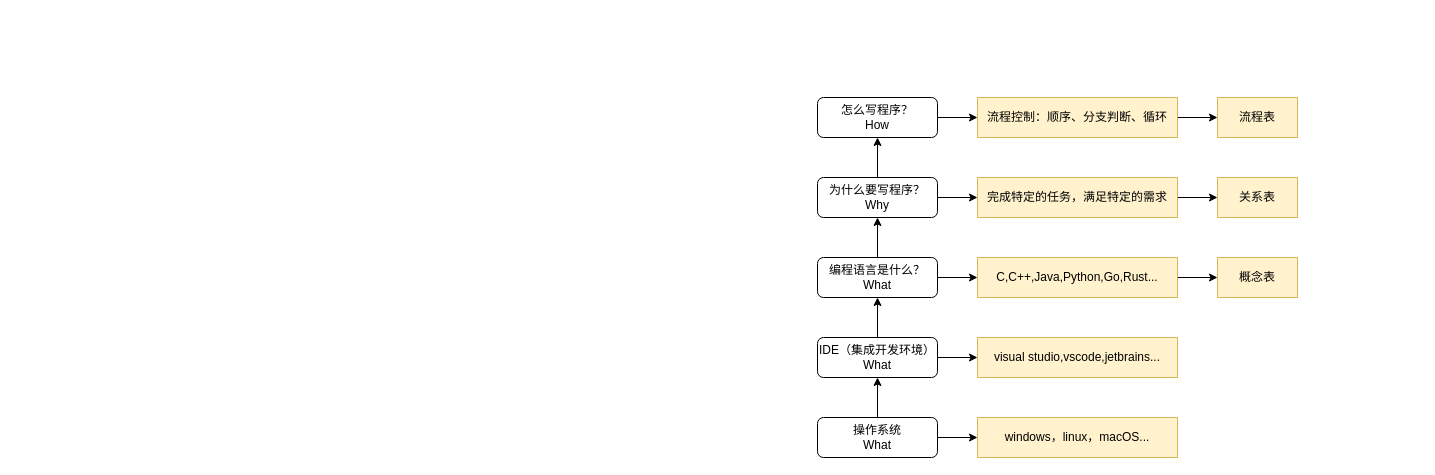
The draw.io diagram 计算新手入门.drawio in yanhanfrontend/draw.io.workspace, before the edit. Source tidied: cells renumbered, new cells numbered last; positions are measured from the earlier drawing's top-left corner, leaving out a move shared by most shapes. Both pictures are drawn from the tidied source at 100%, with x=0, y=0 at pixel (817, 97).
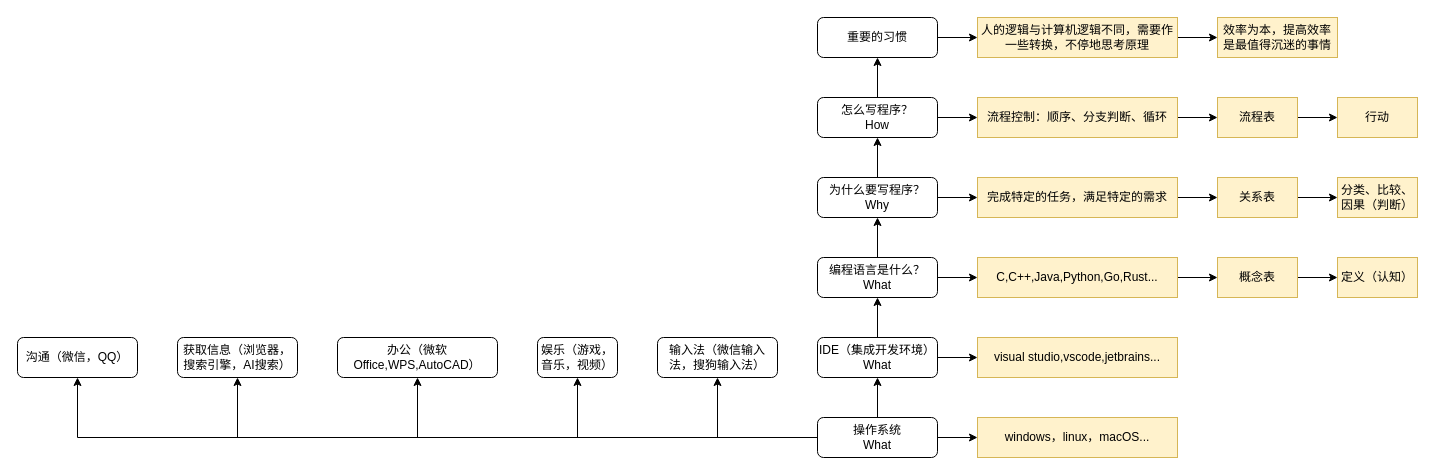
Above is the later version.

Commit message (it also covers changes not shown here):
更新计算新手入门.drawio

The change refers to these unchanged cells:
```xml
<mxCell id="4" value="操作系统&lt;div&gt;What&lt;/div&gt;" style="rounded=1;whiteSpace=wrap;html=1;" parent="1" vertex="1">
  <mxGeometry y="320" width="120" height="40" as="geometry" />
</mxCell>
<mxCell id="21" value="怎么写程序？&lt;div&gt;How&lt;/div&gt;" style="rounded=1;whiteSpace=wrap;html=1;" parent="1" vertex="1">
  <mxGeometry width="120" height="40" as="geometry" />
</mxCell>
<mxCell id="24" value="概念表" style="text;html=1;align=center;verticalAlign=middle;whiteSpace=wrap;rounded=0;fillColor=#fff2cc;strokeColor=#d6b656;" parent="1" vertex="1">
  <mxGeometry x="400" y="160" width="80" height="40" as="geometry" />
</mxCell>
<mxCell id="25" value="关系表" style="text;html=1;align=center;verticalAlign=middle;whiteSpace=wrap;rounded=0;fillColor=#fff2cc;strokeColor=#d6b656;" parent="1" vertex="1">
  <mxGeometry x="400" y="80" width="80" height="40" as="geometry" />
</mxCell>
<mxCell id="26" value="流程表" style="text;html=1;align=center;verticalAlign=middle;whiteSpace=wrap;rounded=0;fillColor=#fff2cc;strokeColor=#d6b656;" parent="1" vertex="1">
  <mxGeometry x="400" width="80" height="40" as="geometry" />
</mxCell>
```

What changed in the source:
```diff
@@
+    <mxCell id="27" style="edgeStyle=orthogonalEdgeStyle;rounded=0;jettySize=auto;html=1;exitX=0;exitY=0.5;exitDx=0;exitDy=0;entryX=0.5;entryY=1;entryDx=0;entryDy=0;" parent="1" edge="1" source="4" target="36">
+      <mxGeometry relative="1" as="geometry" />
+    </mxCell>
+    <mxCell id="28" style="edgeStyle=orthogonalEdgeStyle;rounded=0;jettySize=auto;html=1;exitX=0;exitY=0.5;exitDx=0;exitDy=0;entryX=0.5;entryY=1;entryDx=0;entryDy=0;" parent="1" edge="1" source="4" target="37">
+      <mxGeometry relative="1" as="geometry" />
+    </mxCell>
+    <mxCell id="29" style="edgeStyle=orthogonalEdgeStyle;rounded=0;jettySize=auto;html=1;exitX=0;exitY=0.5;exitDx=0;exitDy=0;entryX=0.5;entryY=1;entryDx=0;entryDy=0;" parent="1" edge="1" source="4" target="38">
+      <mxGeometry relative="1" as="geometry" />
+    </mxCell>
+    <mxCell id="30" style="edgeStyle=orthogonalEdgeStyle;rounded=0;jettySize=auto;html=1;exitX=0;exitY=0.5;exitDx=0;exitDy=0;entryX=0.5;entryY=1;entryDx=0;entryDy=0;" parent="1" edge="1" source="4" target="39">
+      <mxGeometry relative="1" as="geometry" />
+    </mxCell>
+    <mxCell id="31" style="edgeStyle=orthogonalEdgeStyle;rounded=0;jettySize=auto;html=1;exitX=0;exitY=0.5;exitDx=0;exitDy=0;entryX=0.5;entryY=1;entryDx=0;entryDy=0;" parent="1" edge="1" source="4" target="40">
+      <mxGeometry relative="1" as="geometry" />
+    </mxCell>
@@
+    <mxCell id="32" style="edgeStyle=orthogonalEdgeStyle;rounded=0;jettySize=auto;html=1;" parent="1" edge="1" source="21" target="44">
+      <mxGeometry relative="1" as="geometry" />
+    </mxCell>
@@
+    <mxCell id="33" style="edgeStyle=orthogonalEdgeStyle;rounded=0;jettySize=auto;html=1;" parent="1" edge="1" source="24" target="46">
+      <mxGeometry relative="1" as="geometry" />
+    </mxCell>
@@
+    <mxCell id="34" style="edgeStyle=orthogonalEdgeStyle;rounded=0;jettySize=auto;html=1;" parent="1" edge="1" source="25" target="47">
+      <mxGeometry relative="1" as="geometry" />
+    </mxCell>
@@
+    <mxCell id="35" style="edgeStyle=orthogonalEdgeStyle;rounded=0;jettySize=auto;html=1;" parent="1" edge="1" source="26" target="48">
+      <mxGeometry relative="1" as="geometry" />
+    </mxCell>
@@
+    <mxCell id="36" value="沟通（微信，QQ）" style="rounded=1;whiteSpace=wrap;html=1;" parent="1" vertex="1">
+      <mxGeometry x="-800" y="240" width="120" height="40" as="geometry" />
+    </mxCell>
+    <mxCell id="37" value="获取信息（浏览器，搜索引擎，AI搜索）" style="rounded=1;whiteSpace=wrap;html=1;" parent="1" vertex="1">
+      <mxGeometry x="-640" y="240" width="120" height="40" as="geometry" />
+    </mxCell>
+    <mxCell id="38" value="娱乐（游戏，音乐，视频）" style="rounded=1;whiteSpace=wrap;html=1;" parent="1" vertex="1">
+      <mxGeometry x="-280" y="240" width="80" height="40" as="geometry" />
+    </mxCell>
+    <mxCell id="39" value="办公（微软Office,WPS,AutoCAD）" style="rounded=1;whiteSpace=wrap;html=1;" parent="1" vertex="1">
+      <mxGeometry x="-480" y="240" width="160" height="40" as="geometry" />
+    </mxCell>
+    <mxCell id="40" value="输入法（微信输入法，搜狗输入法）" style="rounded=1;whiteSpace=wrap;html=1;" parent="1" vertex="1">
+      <mxGeometry x="-160" y="240" width="120" height="40" as="geometry" />
+    </mxCell>
+    <mxCell id="41" style="edgeStyle=orthogonalEdgeStyle;rounded=0;jettySize=auto;html=1;" parent="1" edge="1" source="42" target="45">
+      <mxGeometry relative="1" as="geometry" />
+    </mxCell>
+    <mxCell id="42" value="人的逻辑与计算机逻辑不同，需要作一些转换，不停地思考原理" style="text;html=1;align=center;verticalAlign=middle;whiteSpace=wrap;rounded=0;fillColor=#fff2cc;strokeColor=#d6b656;" parent="1" vertex="1">
+      <mxGeometry x="160" y="-80" width="200" height="40" as="geometry" />
+    </mxCell>
+    <mxCell id="43" style="edgeStyle=orthogonalEdgeStyle;rounded=0;jettySize=auto;html=1;" parent="1" edge="1" source="44" target="42">
+      <mxGeometry relative="1" as="geometry" />
+    </mxCell>
+    <mxCell id="44" value="重要的习惯" style="rounded=1;whiteSpace=wrap;html=1;" parent="1" vertex="1">
+      <mxGeometry y="-80" width="120" height="40" as="geometry" />
+    </mxCell>
+    <mxCell id="45" value="效率为本，提高效率是最值得沉迷的事情" style="text;html=1;align=center;verticalAlign=middle;whiteSpace=wrap;rounded=0;fillColor=#fff2cc;strokeColor=#d6b656;" parent="1" vertex="1">
+      <mxGeometry x="400" y="-80" width="120" height="40" as="geometry" />
+    </mxCell>
+    <mxCell id="46" value="定义（认知）" style="text;html=1;align=center;verticalAlign=middle;whiteSpace=wrap;rounded=0;fillColor=#fff2cc;strokeColor=#d6b656;" parent="1" vertex="1">
+      <mxGeometry x="520" y="160" width="80" height="40" as="geometry" />
+    </mxCell>
+    <mxCell id="47" value="分类、比较、因果（判断）" style="text;html=1;align=center;verticalAlign=middle;whiteSpace=wrap;rounded=0;fillColor=#fff2cc;strokeColor=#d6b656;" parent="1" vertex="1">
+      <mxGeometry x="520" y="80" width="80" height="40" as="geometry" />
+    </mxCell>
+    <mxCell id="48" value="行动" style="text;html=1;align=center;verticalAlign=middle;whiteSpace=wrap;rounded=0;fillColor=#fff2cc;strokeColor=#d6b656;" parent="1" vertex="1">
+      <mxGeometry x="520" width="80" height="40" as="geometry" />
+    </mxCell>
```
